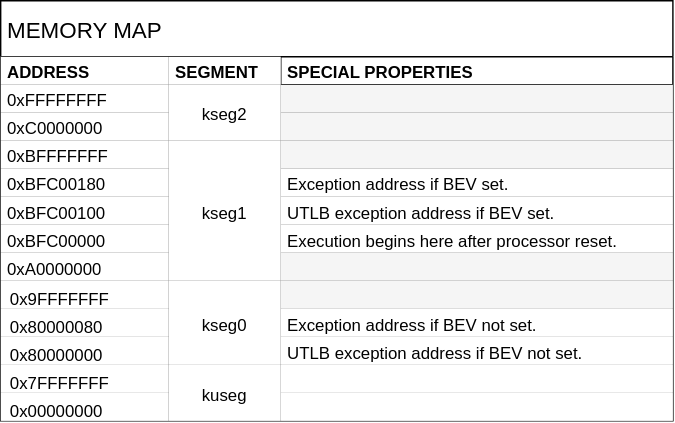
Above: MIPS-vm-v2.0/Memory Map.drawio.svg in mradrianhh/MIPS-vm (draw.io), before the change. Source tidied: cells renumbered, new cells last; positions are measured from the earlier drawing's top-left corner, leaving out a move shared by most shapes. Source of this version:
```xml
<mxGraphModel>
  <root>
    <mxCell id="0" />
    <mxCell id="1" parent="0" />
    <mxCell id="2" value="MEMORY MAP" style="shape=table;startSize=40;strokeColor=default;fontSize=16;align=left;spacingLeft=5;spacing=0;" parent="1" vertex="1">
      <mxGeometry width="480" height="300" as="geometry" />
    </mxCell>
    <mxCell id="3" style="shape=tableRow;horizontal=0;startSize=0;swimlaneHead=0;swimlaneBody=0;strokeColor=inherit;top=0;left=0;bottom=0;right=0;fillColor=none;fontSize=16;" parent="2" vertex="1">
      <mxGeometry y="40" width="480" height="20" as="geometry" />
    </mxCell>
    <mxCell id="4" value="&lt;font style=&quot;font-size: 12px;&quot;&gt;&lt;b&gt;ADDRESS&lt;/b&gt;&lt;/font&gt;" style="shape=partialRectangle;html=1;whiteSpace=wrap;overflow=hidden;top=0;left=0;bottom=0;right=0;fontSize=16;align=left;spacingLeft=5;spacing=0;" parent="3" vertex="1">
      <mxGeometry width="120" height="20" as="geometry" />
    </mxCell>
    <mxCell id="5" value="&lt;font style=&quot;font-size: 12px;&quot;&gt;&lt;b&gt;SEGMENT&lt;/b&gt;&lt;/font&gt;" style="shape=partialRectangle;html=1;whiteSpace=wrap;overflow=hidden;top=0;left=0;bottom=0;right=0;fontSize=16;align=left;spacingLeft=5;verticalAlign=middle;spacing=0;" parent="3" vertex="1">
      <mxGeometry x="120" width="80" height="20" as="geometry" />
    </mxCell>
    <mxCell id="6" value="&lt;font style=&quot;font-size: 12px;&quot;&gt;&lt;b&gt;SPECIAL PROPERTIES&lt;/b&gt;&lt;/font&gt;" style="shape=partialRectangle;html=1;whiteSpace=wrap;strokeColor=inherit;overflow=hidden;fillColor=none;top=0;left=0;bottom=0;right=0;fontSize=16;align=left;spacingLeft=5;spacing=0;" parent="3" vertex="1">
      <mxGeometry x="200" width="280" height="20" as="geometry" />
    </mxCell>
    <mxCell id="7" style="shape=tableRow;horizontal=0;startSize=0;swimlaneHead=0;swimlaneBody=0;strokeColor=inherit;top=0;left=0;bottom=0;right=0;fillColor=none;fontSize=16;" parent="2" vertex="1">
      <mxGeometry y="60" width="480" height="20" as="geometry" />
    </mxCell>
    <mxCell id="8" value="&lt;font style=&quot;font-size: 12px;&quot;&gt;0xFFFFFFFF&lt;/font&gt;" style="shape=partialRectangle;html=1;whiteSpace=wrap;overflow=hidden;top=0;left=0;bottom=0;right=0;fontSize=16;align=left;spacingLeft=5;spacing=0;" parent="7" vertex="1">
      <mxGeometry width="120" height="20" as="geometry" />
    </mxCell>
    <mxCell id="9" value="&lt;font style=&quot;font-size: 12px;&quot;&gt;kseg2&lt;/font&gt;" style="shape=partialRectangle;html=1;whiteSpace=wrap;overflow=hidden;top=0;left=0;bottom=0;right=0;fontSize=16;rowspan=2;colspan=1;align=center;spacingLeft=0;spacing=0;" parent="7" vertex="1">
      <mxGeometry x="120" width="80" height="40" as="geometry" />
    </mxCell>
    <mxCell id="10" style="shape=partialRectangle;html=1;whiteSpace=wrap;strokeColor=#000000;overflow=hidden;fillColor=#f5f5f5;top=0;left=0;bottom=0;right=0;fontSize=16;fontColor=#333333;" parent="7" vertex="1">
      <mxGeometry x="200" width="280" height="20" as="geometry" />
    </mxCell>
    <mxCell id="11" style="shape=tableRow;horizontal=0;startSize=0;swimlaneHead=0;swimlaneBody=0;strokeColor=inherit;top=0;left=0;bottom=0;right=0;fillColor=none;fontSize=16;" parent="2" vertex="1">
      <mxGeometry y="80" width="480" height="20" as="geometry" />
    </mxCell>
    <mxCell id="12" value="&lt;font style=&quot;font-size: 12px;&quot;&gt;0xC0000000&lt;/font&gt;" style="shape=partialRectangle;html=1;whiteSpace=wrap;overflow=hidden;top=0;left=0;bottom=0;right=0;fontSize=16;align=left;spacingLeft=5;spacing=0;" parent="11" vertex="1">
      <mxGeometry width="120" height="20" as="geometry" />
    </mxCell>
    <mxCell id="13" style="shape=partialRectangle;html=1;whiteSpace=wrap;strokeColor=#666666;overflow=hidden;fillColor=#f5f5f5;top=0;left=0;bottom=0;right=0;fontSize=16;fontColor=#333333;" parent="11" vertex="1">
      <mxGeometry x="200" width="280" height="20" as="geometry" />
    </mxCell>
    <mxCell id="14" style="shape=tableRow;horizontal=0;startSize=0;swimlaneHead=0;swimlaneBody=0;strokeColor=inherit;top=0;left=0;bottom=0;right=0;fillColor=none;fontSize=16;" parent="2" vertex="1">
      <mxGeometry y="100" width="480" height="20" as="geometry" />
    </mxCell>
    <mxCell id="15" value="&lt;span style=&quot;font-size: 12px;&quot;&gt;0xBFFFFFFF&lt;/span&gt;" style="shape=partialRectangle;html=1;whiteSpace=wrap;overflow=hidden;top=0;left=0;bottom=0;right=0;fontSize=16;align=left;spacingLeft=5;spacing=0;" parent="14" vertex="1">
      <mxGeometry width="120" height="20" as="geometry" />
    </mxCell>
    <mxCell id="16" value="&lt;font style=&quot;font-size: 12px;&quot;&gt;kseg1&lt;/font&gt;" style="shape=partialRectangle;html=1;whiteSpace=wrap;overflow=hidden;top=0;left=0;bottom=0;right=0;fontSize=16;rowspan=5;colspan=1;spacing=0;" parent="14" vertex="1">
      <mxGeometry x="120" width="80" height="100" as="geometry" />
    </mxCell>
    <mxCell id="17" style="shape=partialRectangle;html=1;whiteSpace=wrap;strokeColor=#666666;overflow=hidden;fillColor=#f5f5f5;top=0;left=0;bottom=0;right=0;fontSize=16;fontColor=#333333;" parent="14" vertex="1">
      <mxGeometry x="200" width="280" height="20" as="geometry" />
    </mxCell>
    <mxCell id="18" style="shape=tableRow;horizontal=0;startSize=0;swimlaneHead=0;swimlaneBody=0;strokeColor=inherit;top=0;left=0;bottom=0;right=0;fillColor=none;fontSize=16;" parent="2" vertex="1">
      <mxGeometry y="120" width="480" height="20" as="geometry" />
    </mxCell>
    <mxCell id="19" value="&lt;font style=&quot;font-size: 12px;&quot;&gt;0xBFC00180&lt;/font&gt;" style="shape=partialRectangle;html=1;whiteSpace=wrap;overflow=hidden;top=0;left=0;bottom=0;right=0;fontSize=16;align=left;spacingLeft=5;spacing=0;" parent="18" vertex="1">
      <mxGeometry width="120" height="20" as="geometry" />
    </mxCell>
    <mxCell id="20" value="&lt;font style=&quot;font-size: 12px;&quot;&gt;Exception address if BEV set.&lt;/font&gt;" style="shape=partialRectangle;html=1;whiteSpace=wrap;overflow=hidden;top=0;left=0;bottom=0;right=0;fontSize=16;align=left;spacingLeft=5;spacingBottom=0;spacingTop=0;spacing=0;" parent="18" vertex="1">
      <mxGeometry x="200" width="280" height="20" as="geometry" />
    </mxCell>
    <mxCell id="21" style="shape=tableRow;horizontal=0;startSize=0;swimlaneHead=0;swimlaneBody=0;strokeColor=inherit;top=0;left=0;bottom=0;right=0;fillColor=none;fontSize=16;" parent="2" vertex="1">
      <mxGeometry y="140" width="480" height="20" as="geometry" />
    </mxCell>
    <mxCell id="22" value="&lt;span style=&quot;font-size: 12px;&quot;&gt;0xBFC00100&lt;/span&gt;" style="shape=partialRectangle;html=1;whiteSpace=wrap;overflow=hidden;top=0;left=0;bottom=0;right=0;fontSize=16;align=left;spacingLeft=5;spacing=0;" parent="21" vertex="1">
      <mxGeometry width="120" height="20" as="geometry" />
    </mxCell>
    <mxCell id="23" value="&lt;font style=&quot;font-size: 12px;&quot;&gt;UTLB exception address if BEV set.&lt;/font&gt;" style="shape=partialRectangle;html=1;whiteSpace=wrap;overflow=hidden;top=0;left=0;bottom=0;right=0;fontSize=16;align=left;spacing=0;spacingLeft=5;" parent="21" vertex="1">
      <mxGeometry x="200" width="280" height="20" as="geometry" />
    </mxCell>
    <mxCell id="24" style="shape=tableRow;horizontal=0;startSize=0;swimlaneHead=0;swimlaneBody=0;strokeColor=inherit;top=0;left=0;bottom=0;right=0;fillColor=none;fontSize=16;" parent="2" vertex="1">
      <mxGeometry y="160" width="480" height="20" as="geometry" />
    </mxCell>
    <mxCell id="25" value="&lt;span style=&quot;font-size: 12px;&quot;&gt;0xBFC00000&lt;/span&gt;" style="shape=partialRectangle;html=1;whiteSpace=wrap;overflow=hidden;top=0;left=0;bottom=0;right=0;fontSize=16;align=left;spacingLeft=5;spacing=0;" parent="24" vertex="1">
      <mxGeometry width="120" height="20" as="geometry" />
    </mxCell>
    <mxCell id="26" value="&lt;font style=&quot;font-size: 12px;&quot;&gt;Execution begins here after processor reset.&lt;/font&gt;" style="shape=partialRectangle;html=1;whiteSpace=wrap;overflow=hidden;top=0;left=0;bottom=0;right=0;fontSize=16;align=left;spacingLeft=5;spacing=0;" parent="24" vertex="1">
      <mxGeometry x="200" width="280" height="20" as="geometry" />
    </mxCell>
    <mxCell id="27" style="shape=tableRow;horizontal=0;startSize=0;swimlaneHead=0;swimlaneBody=0;strokeColor=inherit;top=0;left=0;bottom=0;right=0;fillColor=none;fontSize=16;" parent="2" vertex="1">
      <mxGeometry y="180" width="480" height="20" as="geometry" />
    </mxCell>
    <mxCell id="28" value="&lt;font style=&quot;font-size: 12px;&quot;&gt;0xA0000000&lt;/font&gt;" style="shape=partialRectangle;html=1;whiteSpace=wrap;overflow=hidden;top=0;left=0;bottom=0;right=0;fontSize=16;align=left;spacingLeft=5;spacing=0;" parent="27" vertex="1">
      <mxGeometry width="120" height="20" as="geometry" />
    </mxCell>
    <mxCell id="29" style="shape=partialRectangle;html=1;whiteSpace=wrap;strokeColor=#666666;overflow=hidden;fillColor=#f5f5f5;top=0;left=0;bottom=0;right=0;fontSize=16;fontColor=#333333;" parent="27" vertex="1">
      <mxGeometry x="200" width="280" height="20" as="geometry" />
    </mxCell>
    <mxCell id="30" style="shape=tableRow;horizontal=0;startSize=0;swimlaneHead=0;swimlaneBody=0;strokeColor=inherit;top=0;left=0;bottom=0;right=0;fillColor=none;fontSize=16;" parent="2" vertex="1">
      <mxGeometry y="200" width="480" height="20" as="geometry" />
    </mxCell>
    <mxCell id="31" value="&lt;span style=&quot;font-size: 12px;&quot;&gt;0x9FFFFFFF&lt;/span&gt;" style="shape=partialRectangle;html=1;whiteSpace=wrap;overflow=hidden;top=0;left=0;bottom=0;right=0;fontSize=16;align=left;spacingLeft=5;spacing=0;" parent="30" vertex="1">
      <mxGeometry width="120" height="20" as="geometry" />
    </mxCell>
    <mxCell id="32" value="&lt;font style=&quot;font-size: 12px;&quot;&gt;kseg0&lt;/font&gt;" style="shape=partialRectangle;html=1;whiteSpace=wrap;overflow=hidden;top=0;left=0;bottom=0;right=0;fontSize=16;rowspan=3;colspan=1;spacing=0;" parent="30" vertex="1">
      <mxGeometry x="120" width="80" height="60" as="geometry" />
    </mxCell>
    <mxCell id="33" style="shape=partialRectangle;html=1;whiteSpace=wrap;strokeColor=#666666;overflow=hidden;fillColor=#f5f5f5;top=0;left=0;bottom=0;right=0;fontSize=16;fontColor=#333333;" parent="30" vertex="1">
      <mxGeometry x="200" width="280" height="20" as="geometry" />
    </mxCell>
    <mxCell id="34" style="shape=tableRow;horizontal=0;startSize=0;swimlaneHead=0;swimlaneBody=0;strokeColor=inherit;top=0;left=0;bottom=0;right=0;fillColor=none;fontSize=16;" parent="2" vertex="1">
      <mxGeometry y="220" width="480" height="20" as="geometry" />
    </mxCell>
    <mxCell id="35" value="&lt;font style=&quot;font-size: 12px;&quot;&gt;0x80000080&lt;/font&gt;" style="shape=partialRectangle;html=1;whiteSpace=wrap;overflow=hidden;top=0;left=0;bottom=0;right=0;fontSize=16;align=left;spacingLeft=5;spacing=0;" parent="34" vertex="1">
      <mxGeometry width="120" height="20" as="geometry" />
    </mxCell>
    <mxCell id="36" value="&lt;font style=&quot;font-size: 12px;&quot;&gt;Exception address if BEV not set.&lt;/font&gt;" style="shape=partialRectangle;html=1;whiteSpace=wrap;overflow=hidden;top=0;left=0;bottom=0;right=0;fontSize=16;align=left;spacing=0;spacingLeft=5;" parent="34" vertex="1">
      <mxGeometry x="200" width="280" height="20" as="geometry" />
    </mxCell>
    <mxCell id="37" style="shape=tableRow;horizontal=0;startSize=0;swimlaneHead=0;swimlaneBody=0;strokeColor=inherit;top=0;left=0;bottom=0;right=0;fillColor=none;fontSize=16;" parent="2" vertex="1">
      <mxGeometry y="240" width="480" height="20" as="geometry" />
    </mxCell>
    <mxCell id="38" value="&lt;span style=&quot;font-size: 12px;&quot;&gt;0x80000000&lt;/span&gt;" style="shape=partialRectangle;html=1;whiteSpace=wrap;overflow=hidden;top=0;left=0;bottom=0;right=0;fontSize=16;align=left;spacingLeft=5;spacing=0;" parent="37" vertex="1">
      <mxGeometry width="120" height="20" as="geometry" />
    </mxCell>
    <mxCell id="39" value="&lt;font style=&quot;font-size: 12px;&quot;&gt;UTLB exception address if BEV not set.&lt;/font&gt;" style="shape=partialRectangle;html=1;whiteSpace=wrap;overflow=hidden;top=0;left=0;bottom=0;right=0;fontSize=16;align=left;spacing=0;spacingLeft=5;" parent="37" vertex="1">
      <mxGeometry x="200" width="280" height="20" as="geometry" />
    </mxCell>
    <mxCell id="40" style="shape=tableRow;horizontal=0;startSize=0;swimlaneHead=0;swimlaneBody=0;strokeColor=inherit;top=0;left=0;bottom=0;right=0;fillColor=none;fontSize=16;" parent="2" vertex="1">
      <mxGeometry y="260" width="480" height="20" as="geometry" />
    </mxCell>
    <mxCell id="41" value="&lt;span style=&quot;font-size: 12px;&quot;&gt;0x7FFFFFFF&lt;/span&gt;" style="shape=partialRectangle;html=1;whiteSpace=wrap;overflow=hidden;top=0;left=0;bottom=0;right=0;fontSize=16;align=left;spacingLeft=5;spacing=0;" parent="40" vertex="1">
      <mxGeometry width="120" height="20" as="geometry" />
    </mxCell>
    <mxCell id="42" value="&lt;font style=&quot;font-size: 12px;&quot;&gt;kuseg&lt;/font&gt;" style="shape=partialRectangle;html=1;whiteSpace=wrap;overflow=hidden;top=0;left=0;bottom=0;right=0;fontSize=16;rowspan=2;colspan=1;spacing=0;" parent="40" vertex="1">
      <mxGeometry x="120" width="80" height="40" as="geometry" />
    </mxCell>
    <mxCell id="43" style="shape=partialRectangle;html=1;whiteSpace=wrap;overflow=hidden;top=0;left=0;bottom=0;right=0;fontSize=16;align=left;spacing=0;spacingLeft=5;" parent="40" vertex="1">
      <mxGeometry x="200" width="280" height="20" as="geometry" />
    </mxCell>
    <mxCell id="44" style="shape=tableRow;horizontal=0;startSize=0;swimlaneHead=0;swimlaneBody=0;strokeColor=inherit;top=0;left=0;bottom=0;right=0;fillColor=none;fontSize=16;" parent="2" vertex="1">
      <mxGeometry y="280" width="480" height="20" as="geometry" />
    </mxCell>
    <mxCell id="45" value="&lt;span style=&quot;font-size: 12px;&quot;&gt;0x00000000&lt;/span&gt;" style="shape=partialRectangle;html=1;whiteSpace=wrap;overflow=hidden;top=0;left=0;bottom=0;right=0;fontSize=16;align=left;spacingLeft=5;spacing=0;" parent="44" vertex="1">
      <mxGeometry width="120" height="20" as="geometry" />
    </mxCell>
    <mxCell id="46" style="shape=partialRectangle;html=1;whiteSpace=wrap;overflow=hidden;top=0;left=0;bottom=0;right=0;fontSize=16;align=left;spacing=0;spacingLeft=5;" parent="44" vertex="1">
      <mxGeometry x="200" width="280" height="20" as="geometry" />
    </mxCell>
  </root>
</mxGraphModel>
```
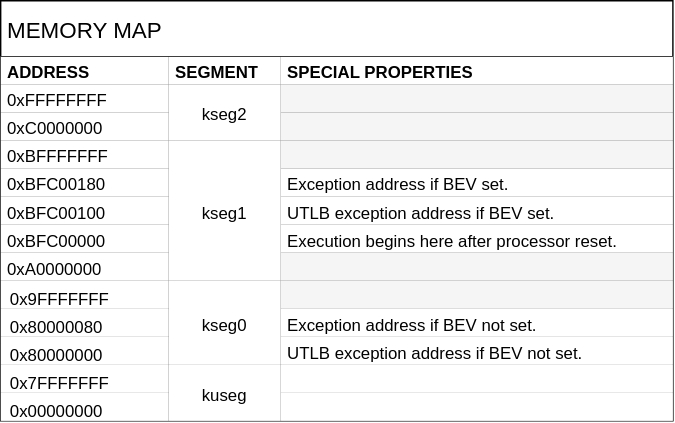
The same file after the commit.

The edit, as a diff of the source:
```diff
@@ -14,7 +14,7 @@
     <mxCell id="5" value="&lt;font style=&quot;font-size: 12px;&quot;&gt;&lt;b&gt;SEGMENT&lt;/b&gt;&lt;/font&gt;" style="shape=partialRectangle;html=1;whiteSpace=wrap;overflow=hidden;top=0;left=0;bottom=0;right=0;fontSize=16;align=left;spacingLeft=5;verticalAlign=middle;spacing=0;" parent="3" vertex="1">
       <mxGeometry x="120" width="80" height="20" as="geometry" />
     </mxCell>
-    <mxCell id="6" value="&lt;font style=&quot;font-size: 12px;&quot;&gt;&lt;b&gt;SPECIAL PROPERTIES&lt;/b&gt;&lt;/font&gt;" style="shape=partialRectangle;html=1;whiteSpace=wrap;strokeColor=inherit;overflow=hidden;fillColor=none;top=0;left=0;bottom=0;right=0;fontSize=16;align=left;spacingLeft=5;spacing=0;" parent="3" vertex="1">
+    <mxCell id="6" value="&lt;font style=&quot;font-size: 12px;&quot;&gt;&lt;b&gt;SPECIAL PROPERTIES&lt;/b&gt;&lt;/font&gt;" style="shape=partialRectangle;html=1;whiteSpace=wrap;overflow=hidden;top=0;left=0;bottom=0;right=0;fontSize=16;align=left;spacingLeft=5;spacing=0;" parent="3" vertex="1">
       <mxGeometry x="200" width="280" height="20" as="geometry" />
     </mxCell>
     <mxCell id="7" style="shape=tableRow;horizontal=0;startSize=0;swimlaneHead=0;swimlaneBody=0;strokeColor=inherit;top=0;left=0;bottom=0;right=0;fillColor=none;fontSize=16;" parent="2" vertex="1">
```
